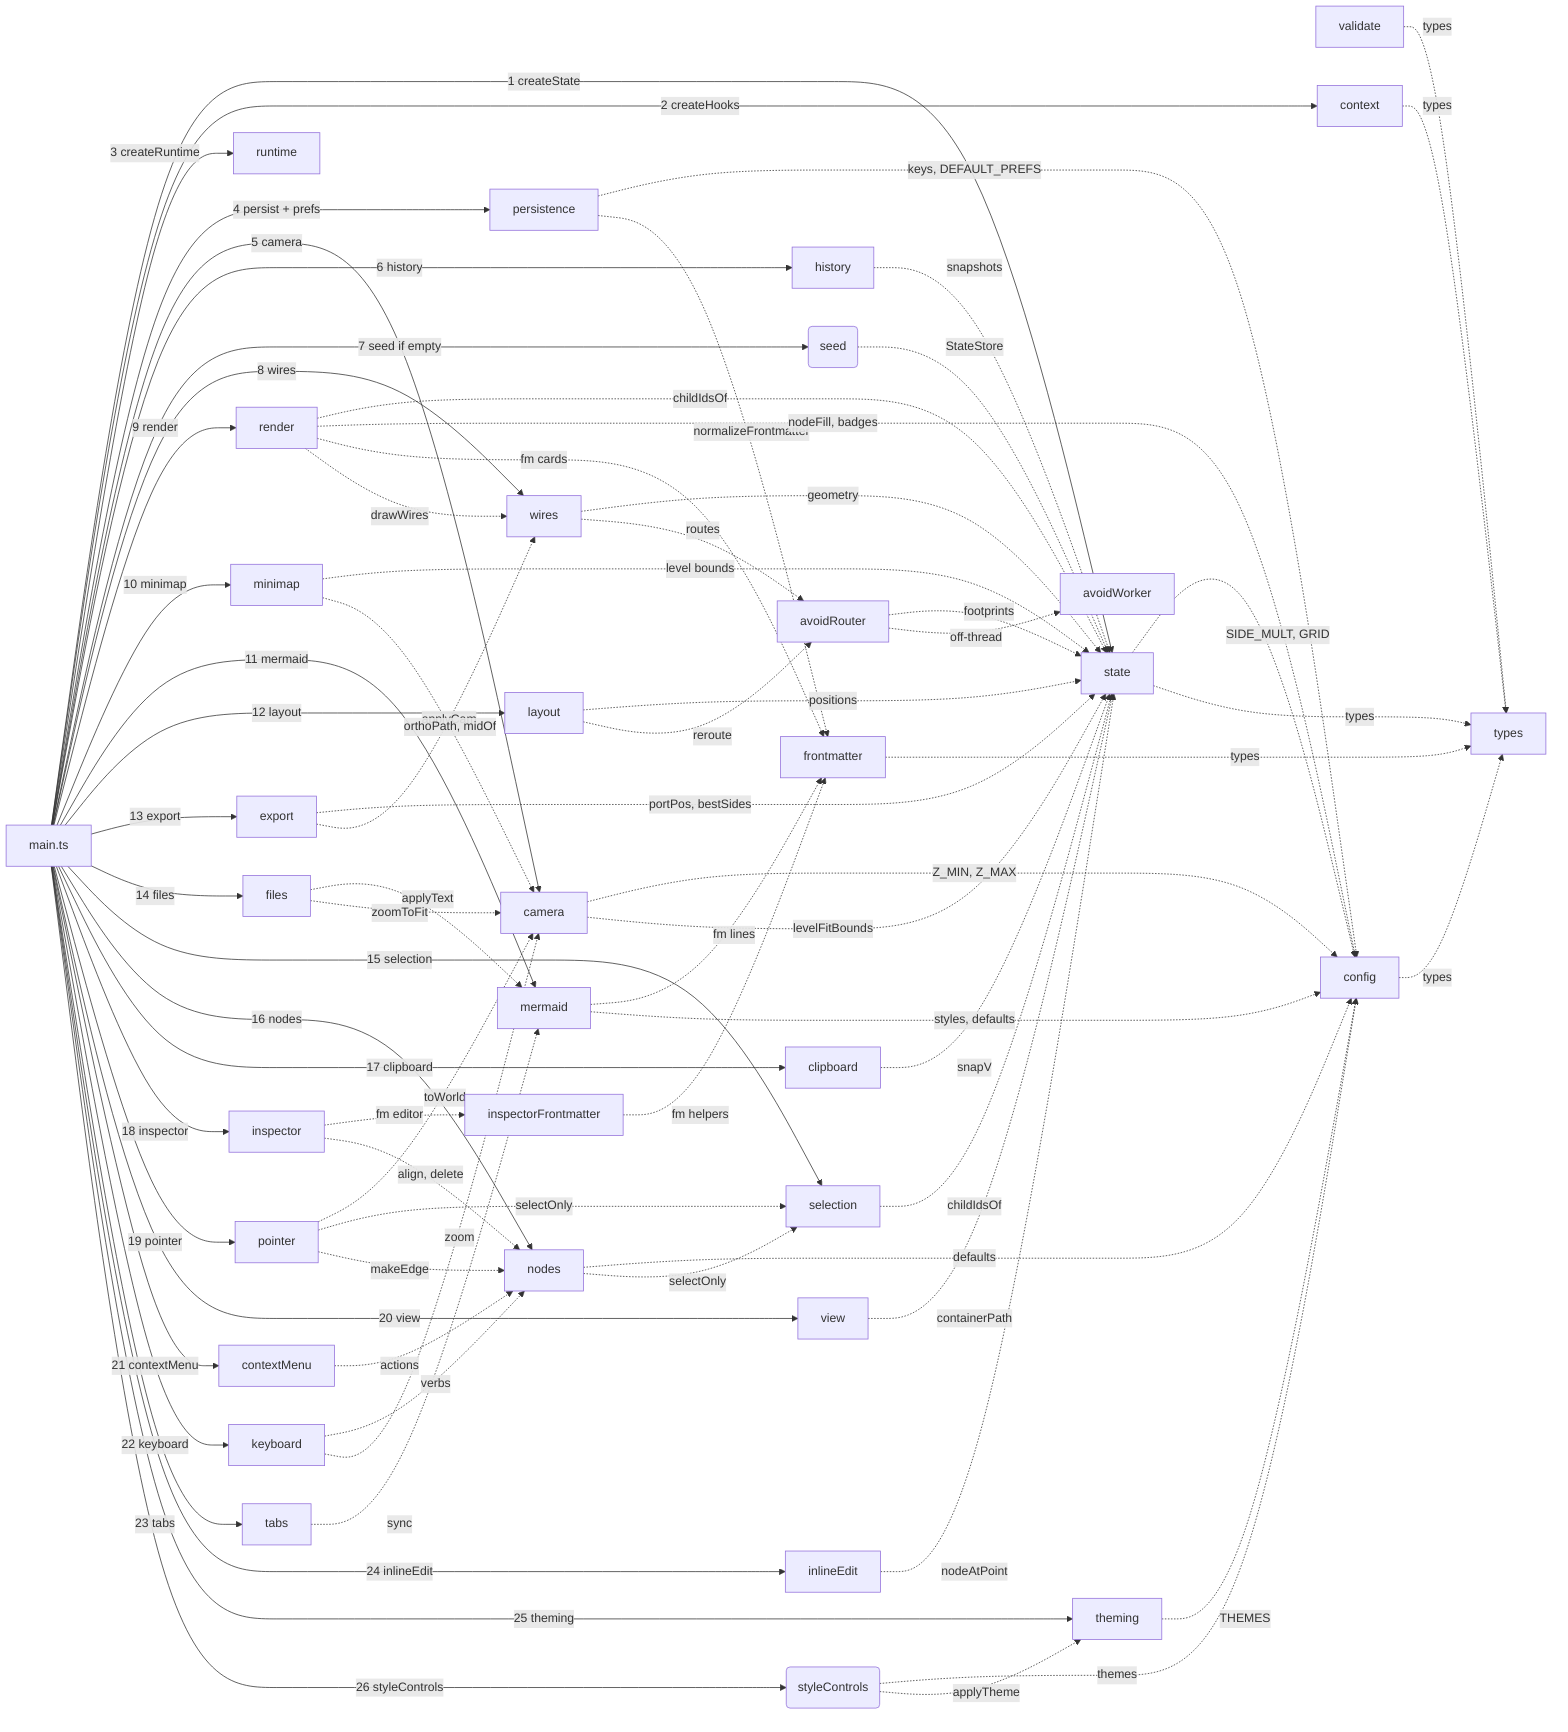
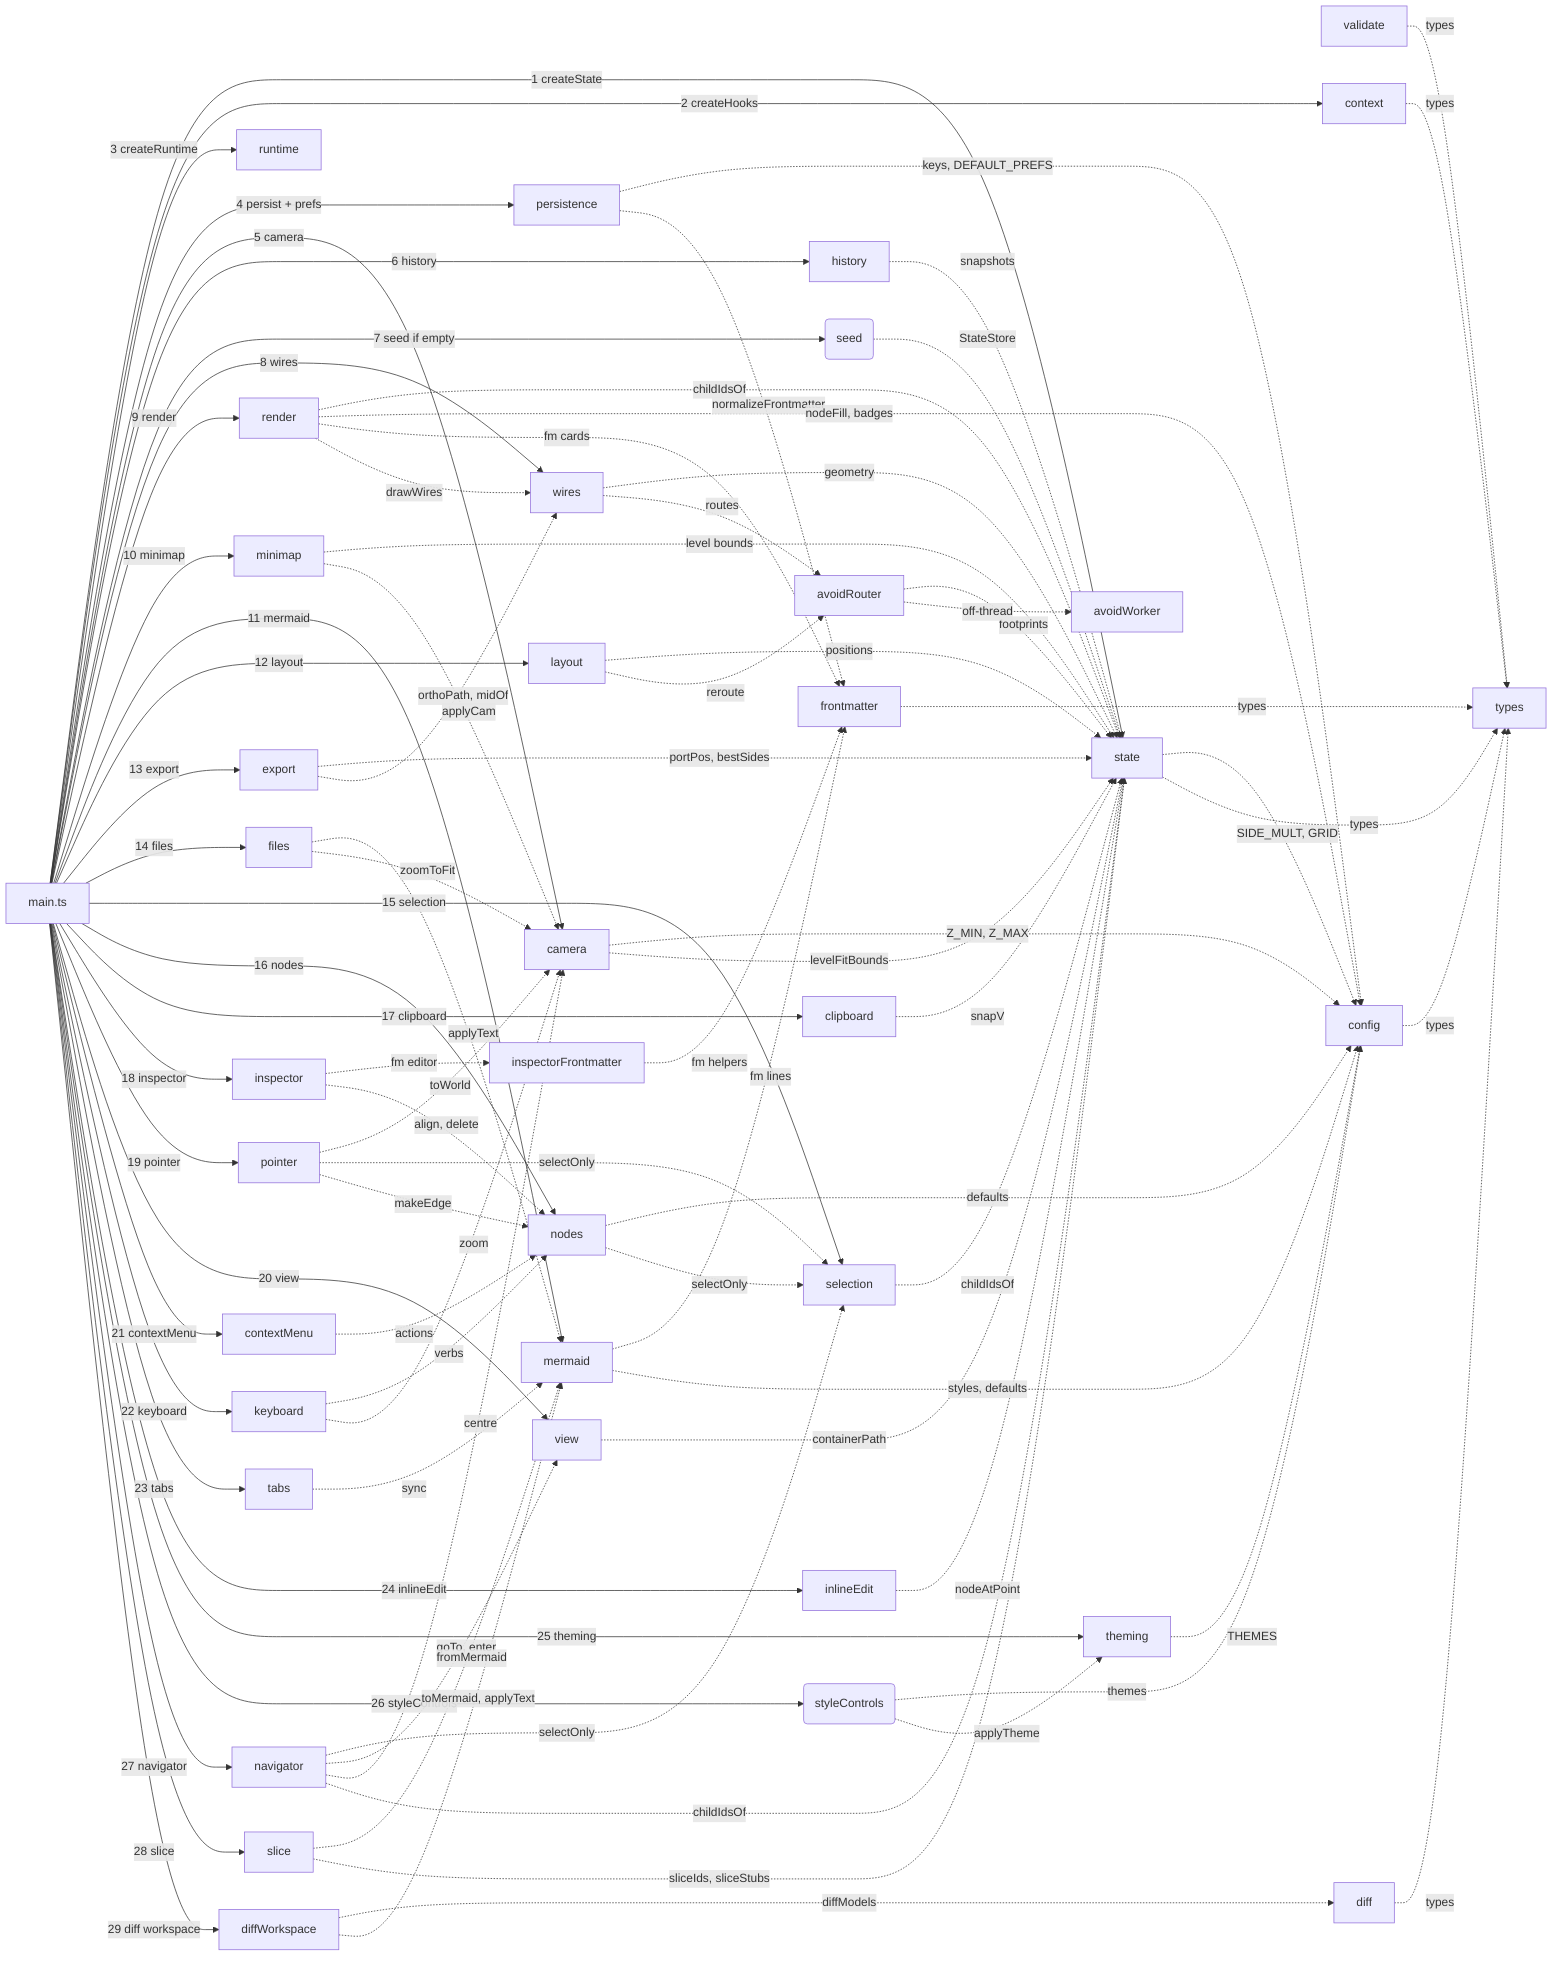
flowchart LR
%% root main

%% fm:meta main name=main
%% fm:meta main desc=composition root; builds AppContext, runs each initX in dependency order, wires hooks, boots
%% fm:meta state name=state
%% fm:meta state desc=the live diagram model (nodes, edges, selection, id counters) plus pure geometry + containment helpers
%% fm:meta frontmatter name=frontmatter
%% fm:meta frontmatter desc=per-node public-interface metadata; create, prune, serialize and parse to Mermaid %% lines
%% fm:meta validate name=validate
%% fm:meta validate desc=pure model integrity and serialize-parse round-trip checks; no DOM, types only
%% fm:meta history name=history
%% fm:meta history desc=bounded undo/redo stack of JSON model snapshots; restore writes back through hooks
%% fm:meta persistence name=persistence
%% fm:meta persistence desc=debounced autosave of model + camera to localStorage, plus load/save of Prefs
%% fm:meta camera name=camera
%% fm:meta camera desc=viewport pan and zoom transform; screen-to-world, applyCam, zoomAt, zoomToFit
%% fm:meta context name=context
%% fm:meta context desc=defines AppContext and the cross-module hook seam that breaks import cycles
%% fm:meta config name=config
%% fm:meta config desc=static lookup tables, palette, themes, fonts, zoom limits, storage keys plus tiny pure helpers
%% fm:meta types name=types
%% fm:meta types desc=shared domain types every module reads and writes; the vocabulary of the whole app
%% fm:meta runtime name=runtime
%% fm:meta runtime desc=tiny bag of transient interaction flags the render layer reads and interaction owns
%% fm:meta seed name=seed
%% fm:meta seed desc=first-run sample diagram, used only when there is no autosave to restore
%% fm:meta mermaid name=mermaid
%% fm:meta mermaid desc=two-way Mermaid text and model serializer/parser; the only module that knows the grammar
%% fm:meta layout name=layout
%% fm:meta layout desc=the Tidy automatic layered-tree layout; layers the spine and parks satellites
%% fm:meta exporter name=export
%% fm:meta exporter desc=build a standalone SVG from the model and export as a downloaded SVG or PNG
%% fm:meta files name=files
%% fm:meta files desc=save the diagram as a .mmd file and load a .mmd or bodies.json back in
%% fm:meta render name=render
%% fm:meta render desc=rebuild node DOM from the model each render; frontmatter cards, ports, drill affordance
%% fm:meta wires name=wires
%% fm:meta wires desc=draw all edges into the SVG layer plus the path geometry helpers reused by export
%% fm:meta avoidRouter name=avoidRouter
%% fm:meta avoidRouter desc=obstacle-avoiding orthogonal routing of reference edges via the libavoid WASM router
%% fm:meta minimap name=minimap
%% fm:meta minimap desc=paint the overview canvas and translate clicks and drags into camera moves
%% fm:meta avoidWorker name=avoidWorker
%% fm:meta avoidWorker desc=run the libavoid router in a dedicated worker so routing never blocks the main thread
%% fm:meta pointer name=pointer
%% fm:meta pointer desc=direct-manipulation on the canvas: drag, marquee, pan, resize, port-drag linking
%% fm:meta nodes name=nodes
%% fm:meta nodes desc=create/modify/destroy verbs on the model: addNode, makeEdge, deleteSelection, align, group
%% fm:meta selection name=selection
%% fm:meta selection desc=user-facing selection verbs that mutate sel then render and refresh the inspector
%% fm:meta clipboard name=clipboard
%% fm:meta clipboard desc=in-memory copy, paste with id remapping, and duplicate of the selection
%% fm:meta keyboard name=keyboard
%% fm:meta keyboard desc=global key and wheel handling: undo, clipboard, delete, nudge, quick-add, zoom, pan
%% fm:meta inlineEdit name=inlineEdit
%% fm:meta inlineEdit desc=double-click contenteditable label editing plus the dblclick drop-and-edit flow
%% fm:meta contextMenu name=contextMenu
%% fm:meta contextMenu desc=build and position the right-click menu with node or canvas actions
%% fm:meta view name=view
%% fm:meta view desc=own the current drill level and the verbs that change it, plus the breadcrumb
%% fm:meta inspector name=inspector
%% fm:meta inspector desc=render the right-hand property editor for a node, multi-selection, or an edge
%% fm:meta inspectorFrontmatter name=inspectorFrontmatter
%% fm:meta inspectorFrontmatter desc=render and wire the frontmatter editor for a single selected node
%% fm:meta tabs name=tabs
%% fm:meta tabs desc=switch the right panel between panes, collapse it, and show transient toasts
%% fm:meta styleControls name=styleControls
%% fm:meta styleControls desc=build and wire the Style tab: theme chips, font, toggles, routing select
%% fm:meta theming name=theming
%% fm:meta theming desc=translate prefs into live CSS variables and canvas state at runtime
+ %% fm:meta diff name=diff
+ %% fm:meta diff desc=compare two parsed models and compute the semantic delta: added, removed and changed nodes and edges
+ %% fm:meta navigator name=navigator
+ %% fm:meta navigator desc=searchable, filterable node list; click a row to drill, select and centre the camera
+ %% fm:meta slice name=slice
+ %% fm:meta slice desc=show a self-contained mmd of the selected node's neighbourhood, with a Copy button
+ %% fm:meta diffWorkspace name=diffWorkspace
+ %% fm:meta diffWorkspace desc=full-screen diff overlay: snapshot, paste a proposal, diff via diffModels, view four ways, apply

%% kind main module
%% kind state module
%% kind frontmatter module
%% kind validate module
%% kind history module
%% kind persistence module
%% kind camera module
%% kind context module
%% kind config module
%% kind types module
%% kind runtime module
%% kind seed function
%% kind mermaid module
%% kind layout module
%% kind exporter module
%% kind files module
%% kind render module
%% kind wires module
%% kind avoidRouter module
%% kind minimap module
%% kind avoidWorker module
%% kind pointer module
%% kind nodes module
%% kind selection module
%% kind clipboard module
%% kind keyboard module
%% kind inlineEdit module
%% kind contextMenu module
%% kind view module
%% kind inspector module
%% kind inspectorFrontmatter module
%% kind tabs module
%% kind styleControls function
%% kind theming module
+ %% kind diff module
+ %% kind navigator module
+ %% kind slice module
+ %% kind diffWorkspace module

  main["main.ts"]
  state["state"]
  frontmatter["frontmatter"]
  validate["validate"]
  history["history"]
  persistence["persistence"]
  camera["camera"]
  context["context"]
  config["config"]
  types["types"]
  runtime["runtime"]
  seed("seed")
  mermaid["mermaid"]
  layout["layout"]
  exporter["export"]
  files["files"]
  render["render"]
  wires["wires"]
  avoidRouter["avoidRouter"]
  minimap["minimap"]
  avoidWorker["avoidWorker"]
  pointer["pointer"]
  nodes["nodes"]
  selection["selection"]
  clipboard["clipboard"]
  keyboard["keyboard"]
  inlineEdit["inlineEdit"]
  contextMenu["contextMenu"]
  view["view"]
  inspector["inspector"]
  inspectorFrontmatter["inspectorFrontmatter"]
  tabs["tabs"]
  styleControls("styleControls")
  theming["theming"]
+   diff["diff"]
+   navigator["navigator"]
+   slice["slice"]
+   diffWorkspace["diffWorkspace"]

  main -->|1 createState| state
  main -->|2 createHooks| context
  main -->|3 createRuntime| runtime
  main -->|4 persist + prefs| persistence
  main -->|5 camera| camera
  main -->|6 history| history
  main -->|7 seed if empty| seed
  main -->|8 wires| wires
  main -->|9 render| render
  main -->|10 minimap| minimap
  main -->|11 mermaid| mermaid
  main -->|12 layout| layout
  main -->|13 export| exporter
  main -->|14 files| files
  main -->|15 selection| selection
  main -->|16 nodes| nodes
  main -->|17 clipboard| clipboard
  main -->|18 inspector| inspector
  main -->|19 pointer| pointer
  main -->|20 view| view
  main -->|21 contextMenu| contextMenu
  main -->|22 keyboard| keyboard
  main -->|23 tabs| tabs
  main -->|24 inlineEdit| inlineEdit
  main -->|25 theming| theming
  main -->|26 styleControls| styleControls
  config -.->|types| types
  state -.->|SIDE_MULT, GRID| config
  state -.->|types| types
  camera -.->|Z_MIN, Z_MAX| config
  camera -.->|levelFitBounds| state
  persistence -.->|keys, DEFAULT_PREFS| config
  persistence -.->|normalizeFrontmatter| frontmatter
  history -.->|snapshots| state
  frontmatter -.->|types| types
  validate -.->|types| types
  seed -.->|StateStore| state
  context -.->|types| types
  render -.->|childIdsOf| state
  render -.->|nodeFill, badges| config
  render -.->|fm cards| frontmatter
  render -.->|drawWires| wires
  wires -.->|geometry| state
  wires -.->|routes| avoidRouter
  avoidRouter -.->|footprints| state
  avoidRouter -.->|off-thread| avoidWorker
  layout -.->|positions| state
  layout -.->|reroute| avoidRouter
  minimap -.->|level bounds| state
  minimap -.->|applyCam| camera
  mermaid -.->|fm lines| frontmatter
  mermaid -.->|styles, defaults| config
  exporter -.->|portPos, bestSides| state
  exporter -.->|orthoPath, midOf| wires
  files -.->|applyText| mermaid
  files -.->|zoomToFit| camera
  pointer -.->|toWorld| camera
  pointer -.->|selectOnly| selection
  pointer -.->|makeEdge| nodes
  nodes -.->|defaults| config
  nodes -.->|selectOnly| selection
  selection -.->|childIdsOf| state
  clipboard -.->|snapV| state
  keyboard -.->|verbs| nodes
  keyboard -.->|zoom| camera
  inlineEdit -.->|nodeAtPoint| state
  contextMenu -.->|actions| nodes
  view -.->|containerPath| state
  inspector -.->|fm editor| inspectorFrontmatter
  inspector -.->|align, delete| nodes
  inspectorFrontmatter -.->|fm helpers| frontmatter
  tabs -.->|sync| mermaid
  styleControls -.->|themes| config
  styleControls -.->|applyTheme| theming
  theming -.->|THEMES| config
+   main -->|27 navigator| navigator
+   main -->|28 slice| slice
+   main -->|29 diff workspace| diffWorkspace
+   diff -.->|types| types
+   diffWorkspace -.->|diffModels| diff
+   diffWorkspace -.->|toMermaid, applyText| mermaid
+   navigator -.->|selectOnly| selection
+   navigator -.->|goTo, enter| view
+   navigator -.->|centre| camera
+   navigator -.->|childIdsOf| state
+   slice -.->|fromMermaid| mermaid
+   slice -.->|sliceIds, sliceStubs| state
